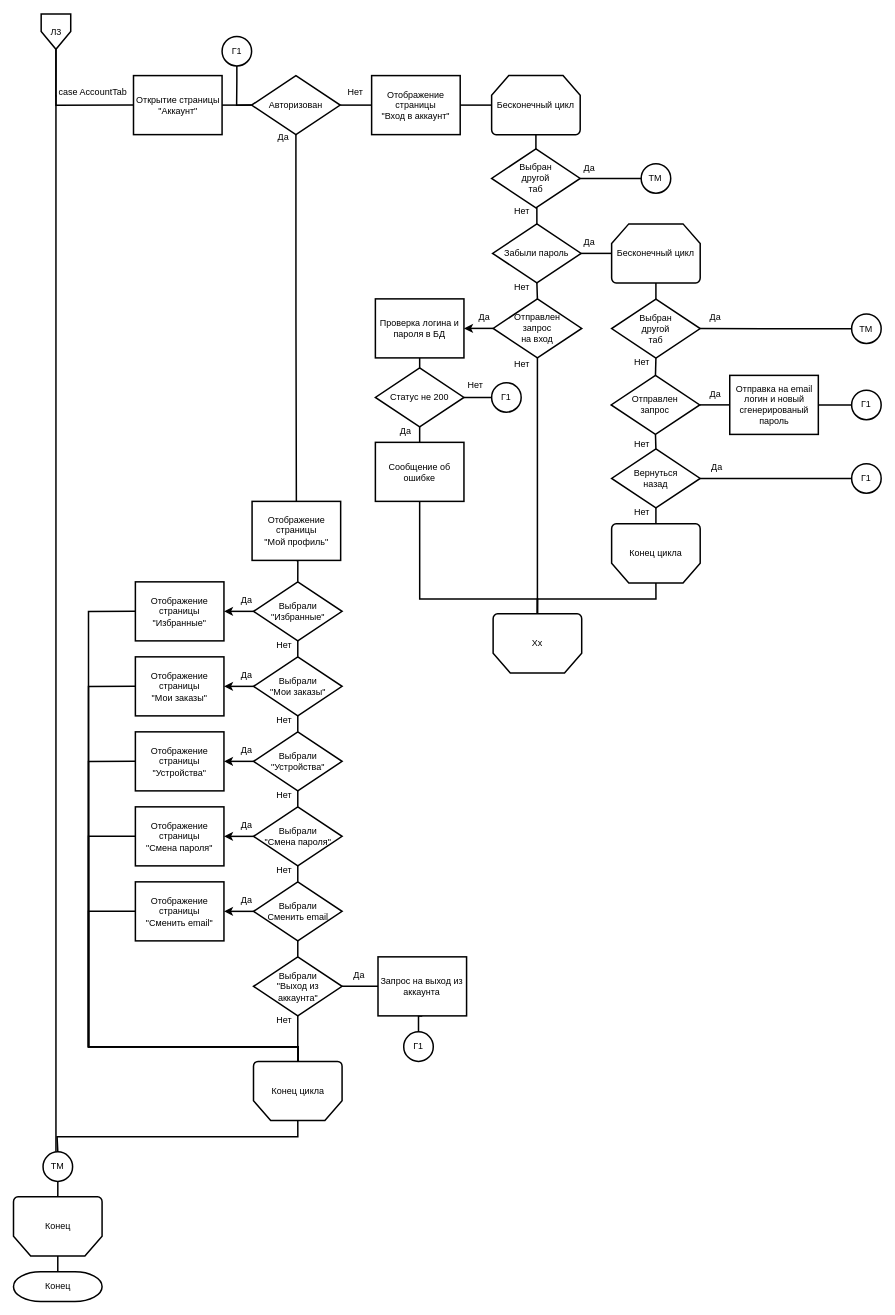
Earlier version of the draw.io diagram sources/images/98/a1-3.drawio (Pavel-Innokentevich-Galanin/dp_report). Source tidied: cells renumbered, new cells numbered last; positions are measured from the earlier drawing's top-left corner, leaving out a move shared by most shapes. Both pictures are drawn from the tidied source at 75%, with x=0, y=0 at pixel (14, 14).
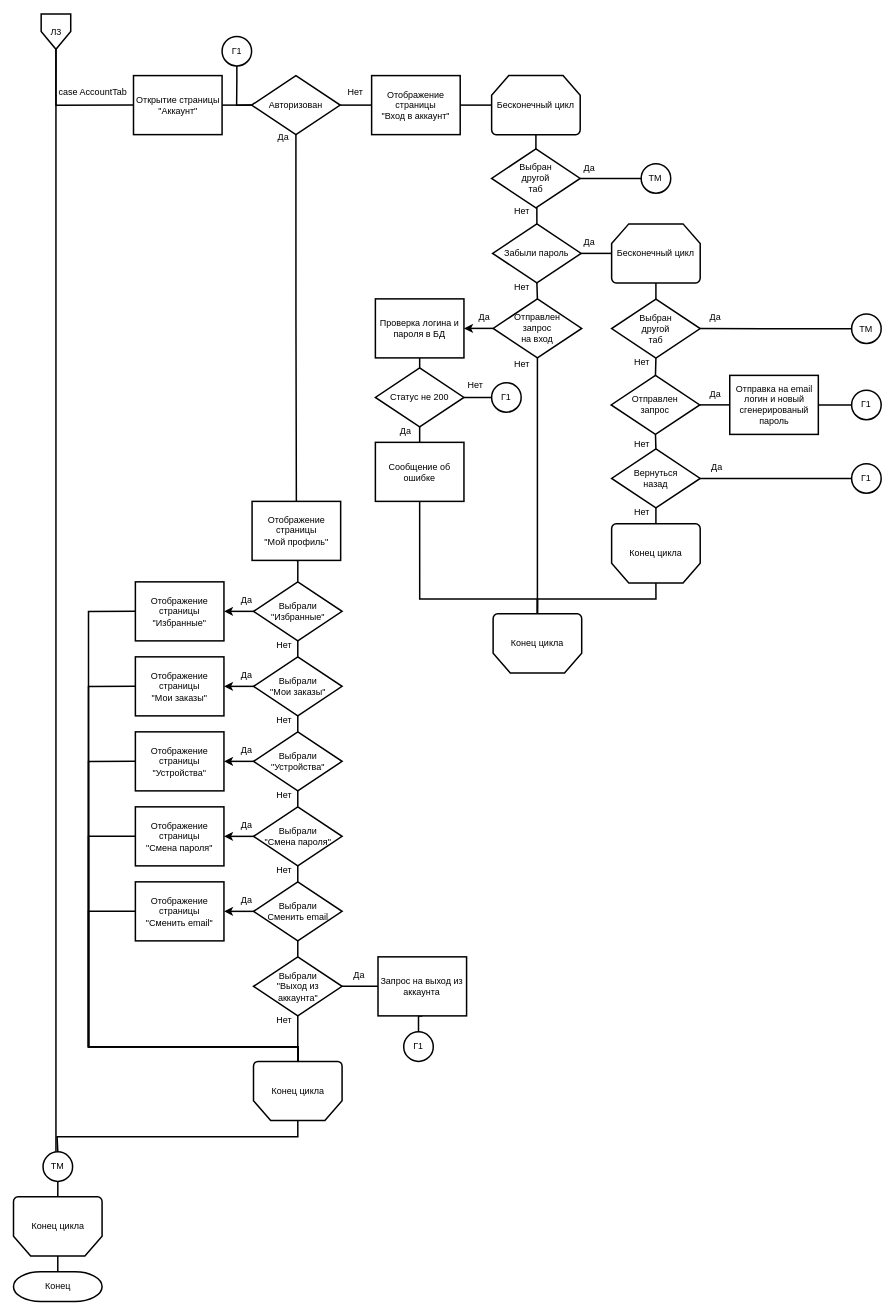
After the change.

What changed in the source:
```diff
@@
-    <mxCell id="45" value="Xx" style="strokeWidth=2;html=1;shape=mxgraph.flowchart.loop_limit;whiteSpace=wrap;flipH=1;flipV=1;" parent="1" vertex="1">
+    <mxCell id="45" value="Конец цикла" style="strokeWidth=2;html=1;shape=mxgraph.flowchart.loop_limit;whiteSpace=wrap;flipH=1;flipV=1;" parent="1" vertex="1">
       <mxGeometry x="639" y="800" width="118.1" height="78.7" as="geometry" />
     </mxCell>
@@
-    <mxCell id="84" value="Конец" style="strokeWidth=2;html=1;shape=mxgraph.flowchart.loop_limit;whiteSpace=wrap;flipH=1;flipV=1;" parent="1" vertex="1">
+    <mxCell id="84" value="Конец цикла" style="strokeWidth=2;html=1;shape=mxgraph.flowchart.loop_limit;whiteSpace=wrap;flipH=1;flipV=1;" parent="1" vertex="1">
       <mxGeometry x="-0.5" y="1577.3" width="118.1" height="78.7" as="geometry" />
     </mxCell>
```
